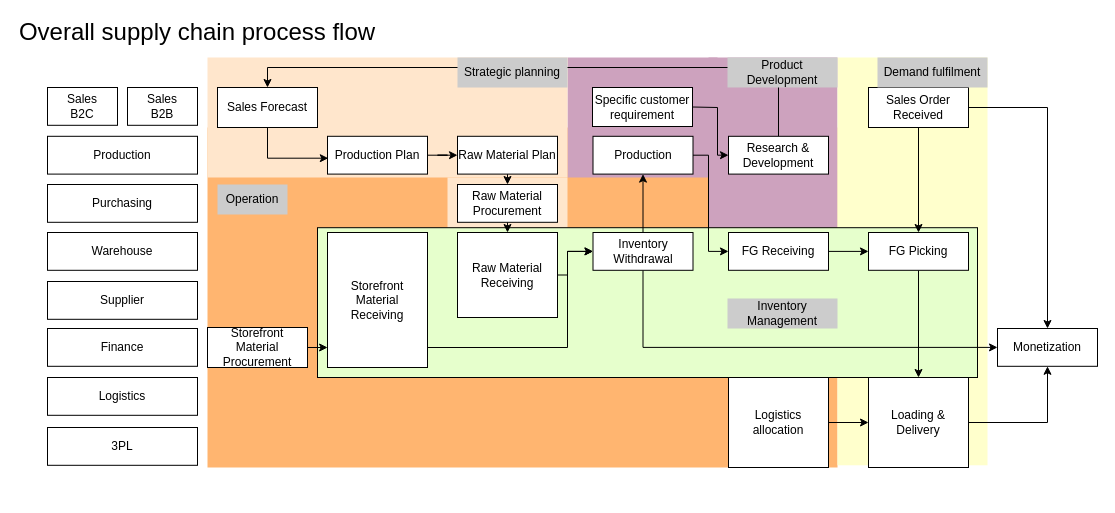
pkppm-dev/Roy-s keeps this draw.io diagram as page "Overall flow" (1 of 14) of E2E.drawio. Above is the earlier version. Source tidied: cells renumbered, new cells numbered last; positions are measured from the earlier drawing's top-left corner, leaving out a move shared by most shapes. Both pictures are drawn from the tidied source at 100%, with x=0, y=0 at pixel (17, 17).
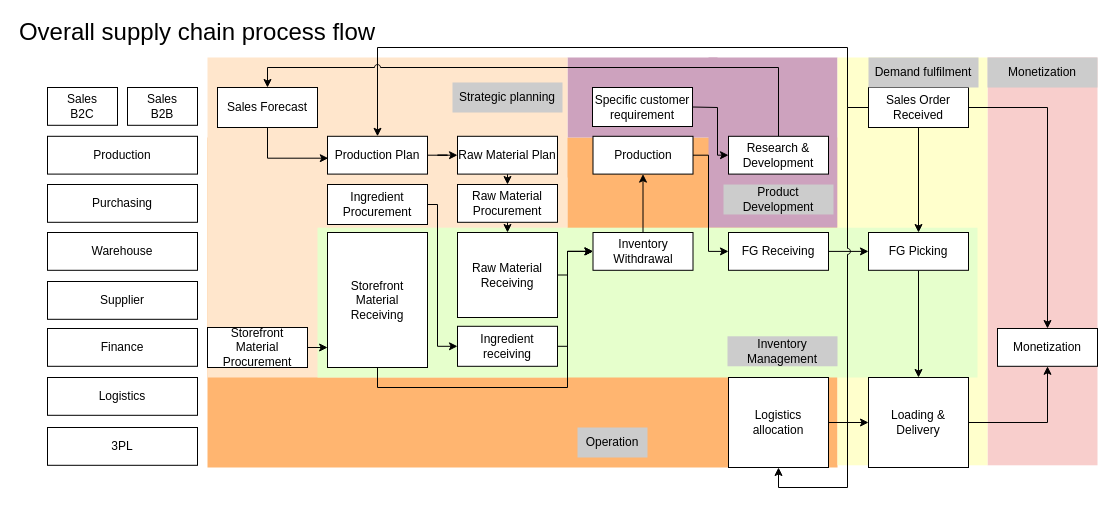
The same diagram, later.

Unchanged cells that the change refers to:
```xml
<mxCell id="18" value="Production Plan" style="whiteSpace=wrap;html=1;rounded=0;fillColor=#FFFFFF;" parent="1" vertex="1">
  <mxGeometry x="310" y="118.8" width="100" height="37.8" as="geometry" />
</mxCell>
<mxCell id="28" value="Inventory Withdrawal" style="whiteSpace=wrap;html=1;rounded=0;strokeColor=default;align=center;verticalAlign=middle;fontFamily=Helvetica;fontSize=12;fontColor=default;fillColor=#FFFFFF;" parent="1" vertex="1">
  <mxGeometry x="575.5" y="215" width="100" height="37.8" as="geometry" />
</mxCell>
<mxCell id="36" value="Sales Order Received" style="whiteSpace=wrap;html=1;rounded=0;strokeColor=default;align=center;verticalAlign=middle;fontFamily=Helvetica;fontSize=12;fontColor=default;fillColor=default;" parent="1" vertex="1">
  <mxGeometry x="851" y="70" width="100" height="40" as="geometry" />
</mxCell>
<mxCell id="42" value="Monetization" style="whiteSpace=wrap;html=1;rounded=0;" parent="1" vertex="1">
  <mxGeometry x="980" y="311" width="100" height="37.8" as="geometry" />
</mxCell>
<mxCell id="47" value="Storefront Material Receiving" style="whiteSpace=wrap;html=1;rounded=0;strokeColor=default;align=center;verticalAlign=middle;fontFamily=Helvetica;fontSize=12;fontColor=default;fillColor=#FFFFFF;" parent="1" vertex="1">
  <mxGeometry x="310" y="215" width="100" height="135" as="geometry" />
</mxCell>
<mxCell id="52" value="Logistics allocation" style="whiteSpace=wrap;html=1;rounded=0;strokeColor=default;align=center;verticalAlign=middle;fontFamily=Helvetica;fontSize=12;fontColor=default;fillColor=#FFFFFF;" parent="1" vertex="1">
  <mxGeometry x="711" y="360" width="100" height="90" as="geometry" />
</mxCell>
```

The edit, as a diff of the source:
```diff
@@
+    <mxCell id="59" style="whiteSpace=wrap;html=1;rounded=0;fillColor=#f8cecc;strokeColor=none;" parent="1" vertex="1">
+      <mxGeometry x="970" y="40" width="110" height="407.8" as="geometry" />
+    </mxCell>
     <mxCell id="2" style="whiteSpace=wrap;html=1;rounded=0;fillColor=#FFB570;strokeColor=none;" parent="1" vertex="1">
-      <mxGeometry x="190" y="110" width="630" height="340" as="geometry" />
+      <mxGeometry x="190" y="120" width="630" height="330" as="geometry" />
     </mxCell>
     <mxCell id="3" style="whiteSpace=wrap;html=1;rounded=0;fillColor=#FFE6CC;strokeColor=none;" parent="1" vertex="1">
-      <mxGeometry x="430" y="160" width="120" height="50.2" as="geometry" />
+      <mxGeometry x="300" y="160" width="250" height="50.2" as="geometry" />
     </mxCell>
     <mxCell id="4" style="rounded=0;whiteSpace=wrap;html=1;fontFamily=Helvetica;fontSize=11;fontColor=default;labelBackgroundColor=default;strokeColor=none;fillColor=#CDA2BE;" parent="1" vertex="1">
-      <mxGeometry x="550" y="40" width="150" height="120" as="geometry" />
+      <mxGeometry x="550" y="40" width="150" height="80" as="geometry" />
     </mxCell>
@@
     <mxCell id="6" style="whiteSpace=wrap;html=1;rounded=0;fillColor=#FFE6CC;strokeColor=none;" parent="1" vertex="1">
-      <mxGeometry x="190" y="40" width="360" height="120" as="geometry" />
+      <mxGeometry x="190" y="40" width="360" height="320" as="geometry" />
     </mxCell>
@@
-    <mxCell id="8" style="whiteSpace=wrap;html=1;rounded=0;fillColor=#E6FFCC;" parent="1" vertex="1">
+    <mxCell id="8" style="whiteSpace=wrap;html=1;rounded=0;fillColor=#E6FFCC;strokeColor=none;" parent="1" vertex="1">
       <mxGeometry x="300" y="210.2" width="660" height="149.8" as="geometry" />
     </mxCell>
@@
-    <mxCell id="27" style="edgeStyle=orthogonalEdgeStyle;rounded=0;jettySize=auto;html=1;entryX=0;entryY=0.5;entryDx=0;entryDy=0;" parent="1" edge="1" source="28" target="42">
-      <mxGeometry relative="1" as="geometry">
-        <Array as="points">
-          <mxPoint x="626" y="330" />
-        </Array>
-      </mxGeometry>
-    </mxCell>
@@
+    <mxCell id="60" style="edgeStyle=orthogonalEdgeStyle;rounded=0;jettySize=auto;html=1;entryX=0.5;entryY=1;entryDx=0;entryDy=0;jumpStyle=arc;" parent="1" edge="1" source="36" target="52">
+      <mxGeometry relative="1" as="geometry">
+        <Array as="points">
+          <mxPoint x="830" y="90" />
+          <mxPoint x="830" y="470" />
+          <mxPoint x="761" y="470" />
+        </Array>
+      </mxGeometry>
+    </mxCell>
+    <mxCell id="61" style="edgeStyle=orthogonalEdgeStyle;rounded=0;jettySize=auto;html=1;entryX=0.5;entryY=0;entryDx=0;entryDy=0;exitX=0;exitY=0.5;exitDx=0;exitDy=0;" parent="1" edge="1" source="36" target="18">
+      <mxGeometry relative="1" as="geometry">
+        <Array as="points">
+          <mxPoint x="830" y="90" />
+          <mxPoint x="830" y="30" />
+          <mxPoint x="360" y="30" />
+        </Array>
+      </mxGeometry>
+    </mxCell>
@@
     <mxCell id="43" value="Demand fulfilment" style="text;html=1;align=center;verticalAlign=middle;whiteSpace=wrap;rounded=0;fillColor=#CCCCCC;" parent="1" vertex="1">
-      <mxGeometry x="860" y="40" width="110" height="30" as="geometry" />
+      <mxGeometry x="851" y="40" width="110" height="30" as="geometry" />
     </mxCell>
     <mxCell id="44" value="Inventory Management" style="text;html=1;align=center;verticalAlign=middle;whiteSpace=wrap;rounded=0;fillColor=#CCCCCC;" parent="1" vertex="1">
-      <mxGeometry x="710" y="281" width="110" height="30" as="geometry" />
+      <mxGeometry x="710" y="318.8" width="110" height="30" as="geometry" />
     </mxCell>
     <mxCell id="45" value="Operation" style="text;html=1;align=center;verticalAlign=middle;whiteSpace=wrap;rounded=0;fillColor=#CCCCCC;" parent="1" vertex="1">
-      <mxGeometry x="200" y="167" width="70" height="30" as="geometry" />
+      <mxGeometry x="560" y="410" width="70" height="30" as="geometry" />
     </mxCell>
     <mxCell id="46" style="edgeStyle=orthogonalEdgeStyle;rounded=0;jettySize=auto;html=1;entryX=0;entryY=0.5;entryDx=0;entryDy=0;" parent="1" edge="1" source="47" target="28">
       <mxGeometry relative="1" as="geometry">
         <Array as="points">
-          <mxPoint x="550" y="330" />
+          <mxPoint x="360" y="370" />
+          <mxPoint x="550" y="370" />
           <mxPoint x="550" y="234" />
         </Array>
       </mxGeometry>
     </mxCell>
@@
     <mxCell id="57" value="Product Development" style="text;html=1;align=center;verticalAlign=middle;whiteSpace=wrap;rounded=0;fontFamily=Helvetica;fontSize=12;fontColor=default;fillColor=#CCCCCC;" parent="1" vertex="1">
-      <mxGeometry x="710" y="40" width="110" height="30" as="geometry" />
+      <mxGeometry x="706" y="167" width="110" height="30" as="geometry" />
     </mxCell>
     <mxCell id="58" value="Strategic planning" style="text;html=1;align=center;verticalAlign=middle;whiteSpace=wrap;rounded=0;fontFamily=Helvetica;fontSize=12;fontColor=default;fillColor=#CCCCCC;" parent="1" vertex="1">
-      <mxGeometry x="440" y="40" width="110" height="30" as="geometry" />
+      <mxGeometry x="435" y="65" width="110" height="30" as="geometry" />
     </mxCell>
+    <mxCell id="62" style="edgeStyle=orthogonalEdgeStyle;rounded=0;jettySize=auto;html=1;entryX=0;entryY=0.5;entryDx=0;entryDy=0;" parent="1" edge="1" source="63" target="28">
+      <mxGeometry relative="1" as="geometry">
+        <Array as="points">
+          <mxPoint x="550" y="329" />
+          <mxPoint x="550" y="234" />
+        </Array>
+      </mxGeometry>
+    </mxCell>
+    <mxCell id="63" value="Ingredient receiving" style="whiteSpace=wrap;html=1;rounded=0;strokeColor=default;align=center;verticalAlign=middle;fontFamily=Helvetica;fontSize=12;fontColor=default;fillColor=#FFFFFF;" parent="1" vertex="1">
+      <mxGeometry x="440" y="308.8" width="100" height="40" as="geometry" />
+    </mxCell>
+    <mxCell id="64" style="edgeStyle=orthogonalEdgeStyle;rounded=0;jettySize=auto;html=1;entryX=0;entryY=0.5;entryDx=0;entryDy=0;" parent="1" edge="1" source="65" target="63">
+      <mxGeometry relative="1" as="geometry">
+        <Array as="points">
+          <mxPoint x="420" y="187" />
+          <mxPoint x="420" y="329" />
+        </Array>
+      </mxGeometry>
+    </mxCell>
+    <mxCell id="65" value="Ingredient Procurement" style="whiteSpace=wrap;html=1;rounded=0;strokeColor=default;align=center;verticalAlign=middle;fontFamily=Helvetica;fontSize=12;fontColor=default;fillColor=#FFFFFF;" parent="1" vertex="1">
+      <mxGeometry x="310" y="167" width="100" height="40" as="geometry" />
+    </mxCell>
+    <mxCell id="66" value="Monetization" style="text;html=1;align=center;verticalAlign=middle;whiteSpace=wrap;rounded=0;fillColor=#CCCCCC;" parent="1" vertex="1">
+      <mxGeometry x="970" y="40" width="110" height="30" as="geometry" />
+    </mxCell>
```
